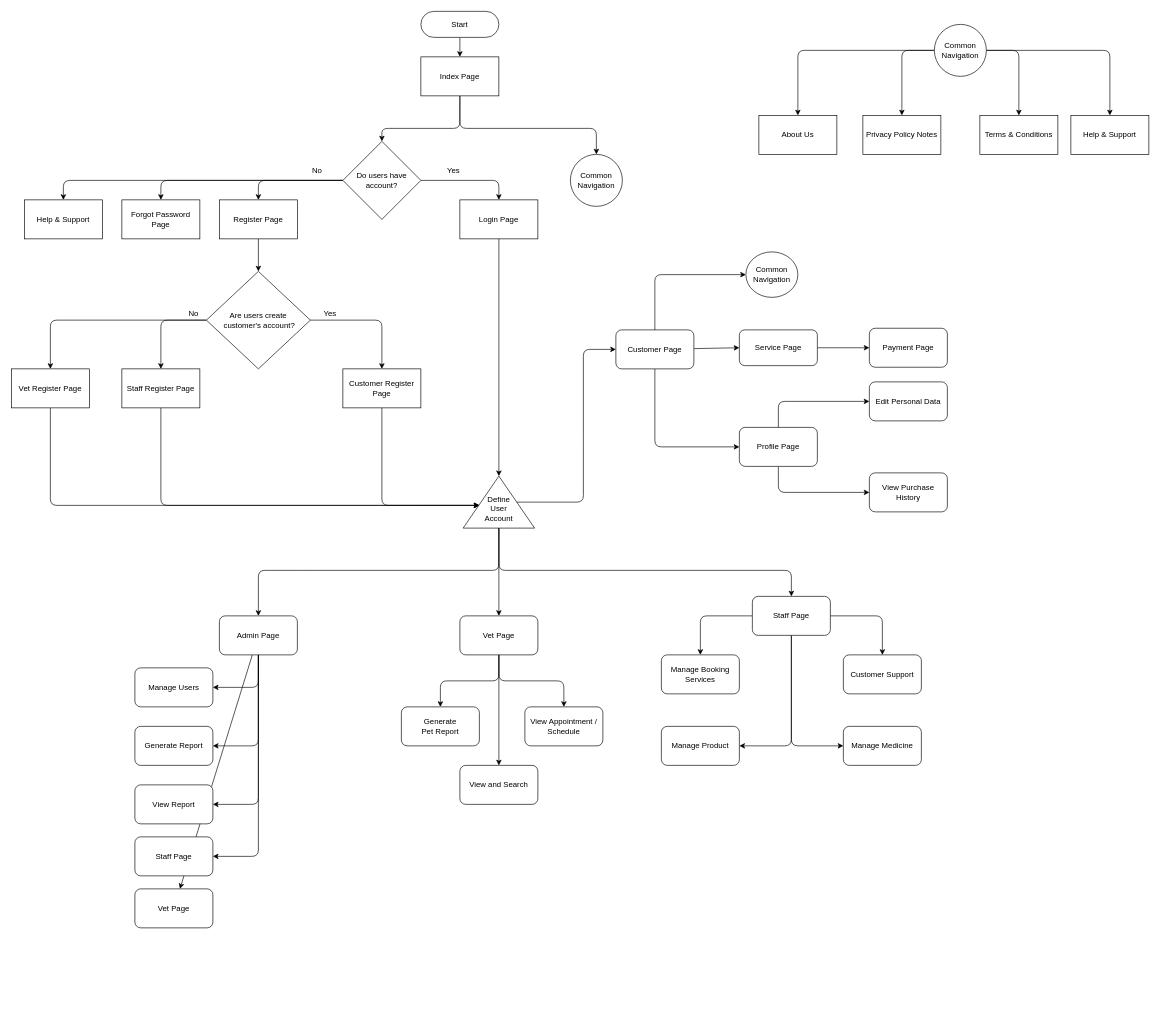
Kentcwk26/SDP keeps this draw.io diagram as page "Flowchart" (1 of 4) of SDPflowchart.drawio. Above is the earlier version. Source tidied: cells renumbered, new cells numbered last; positions are measured from the earlier drawing's top-left corner, leaving out a move shared by most shapes. Both pictures are drawn from the tidied source at 65%, with x=0, y=0 at pixel (11, 11).
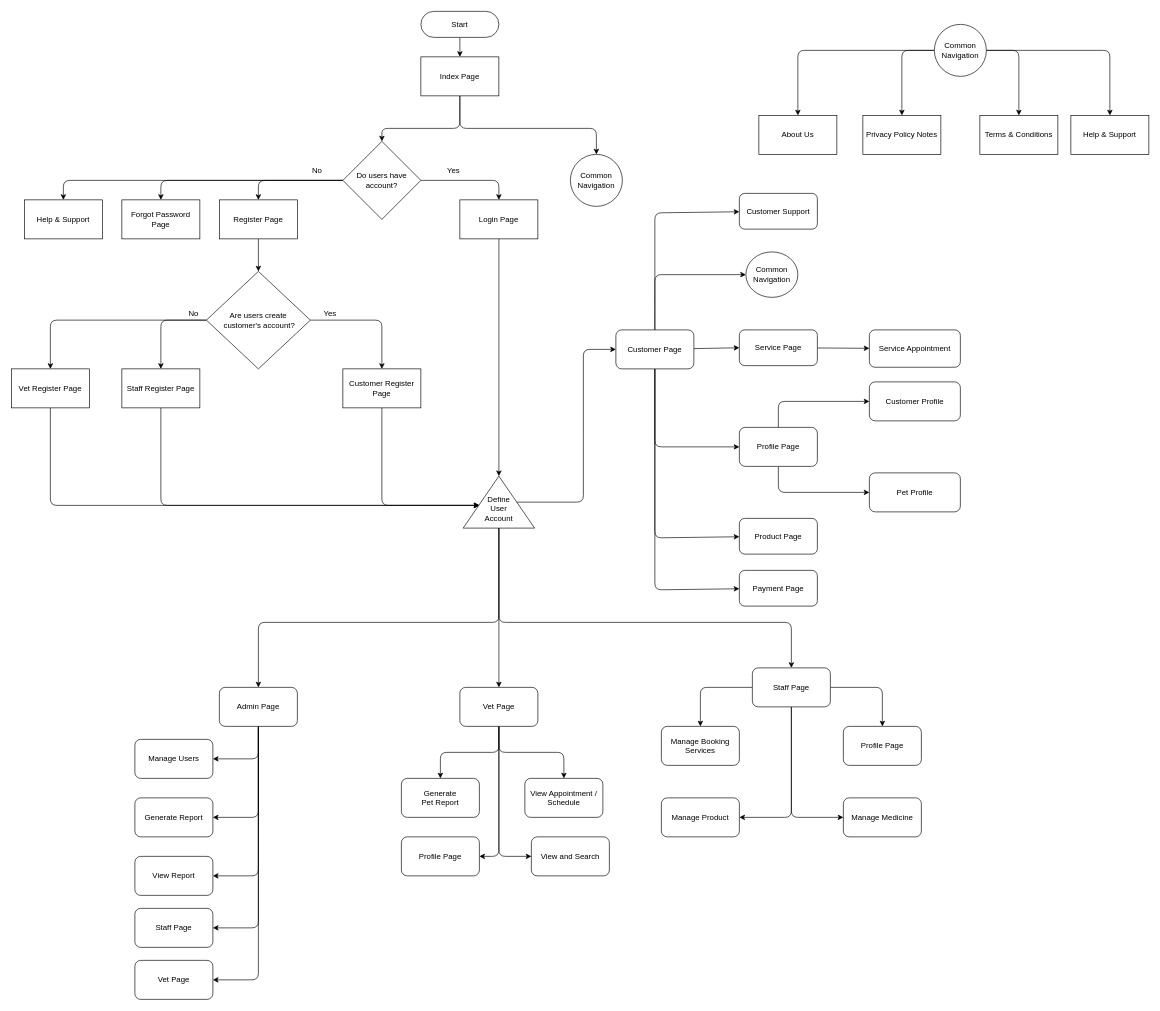
Above is the later version.

Commit message (it also covers changes not shown here):
Edit SDP flowchart 0320 1609

Unchanged cells that the change refers to:
```xml
<mxCell id="34" style="triangle;whiteSpace=wrap;html=1;rotation=-90;" parent="1" vertex="1">
  <mxGeometry x="710" y="700" width="80" height="110" as="geometry" />
</mxCell>
<mxCell id="42" value="Customer Page" style="rounded=1;whiteSpace=wrap;html=1;" parent="1" vertex="1">
  <mxGeometry x="930" y="490" width="120" height="60" as="geometry" />
</mxCell>
```

The edit, as a diff of the source:
```diff
@@
     <mxCell id="36" style="edgeStyle=none;html=1;" parent="1" edge="1" target="53">
       <mxGeometry relative="1" as="geometry">
         <mxPoint x="750" y="795" as="sourcePoint" />
         <Array as="points">
-          <mxPoint x="750" y="860" />
-          <mxPoint x="460" y="860" />
-          <mxPoint x="380" y="860" />
+          <mxPoint x="750" y="940" />
+          <mxPoint x="460" y="940" />
+          <mxPoint x="380" y="940" />
         </Array>
       </mxGeometry>
     </mxCell>
     <mxCell id="37" style="edgeStyle=none;html=1;entryX=0.5;entryY=0;entryDx=0;entryDy=0;exitX=0;exitY=0.5;exitDx=0;exitDy=0;" parent="1" edge="1" source="34" target="47">
       <mxGeometry relative="1" as="geometry">
         <Array as="points">
-          <mxPoint x="750" y="860" />
-          <mxPoint x="1200" y="860" />
+          <mxPoint x="750" y="940" />
+          <mxPoint x="1200" y="940" />
         </Array>
       </mxGeometry>
     </mxCell>
@@
+    <mxCell id="88" style="edgeStyle=none;html=1;" parent="1" edge="1" source="42" target="90">
+      <mxGeometry relative="1" as="geometry">
+        <Array as="points">
+          <mxPoint x="990" y="810" />
+        </Array>
+      </mxGeometry>
+    </mxCell>
+    <mxCell id="89" style="edgeStyle=none;html=1;" parent="1" edge="1" source="42" target="95">
+      <mxGeometry relative="1" as="geometry">
+        <Array as="points">
+          <mxPoint x="990" y="310" />
+        </Array>
+      </mxGeometry>
+    </mxCell>
@@
     <mxCell id="43" style="edgeStyle=none;html=1;" parent="1" edge="1" source="47" target="67">
       <mxGeometry relative="1" as="geometry">
         <Array as="points">
-          <mxPoint x="1340" y="930" />
+          <mxPoint x="1340" y="1040" />
         </Array>
       </mxGeometry>
     </mxCell>
     <mxCell id="44" style="edgeStyle=none;html=1;" parent="1" edge="1" source="47" target="68">
       <mxGeometry relative="1" as="geometry">
         <Array as="points">
-          <mxPoint x="1060" y="930" />
+          <mxPoint x="1060" y="1040" />
         </Array>
       </mxGeometry>
     </mxCell>
     <mxCell id="45" style="edgeStyle=none;html=1;" parent="1" edge="1" source="47" target="86">
       <mxGeometry relative="1" as="geometry">
         <Array as="points">
-          <mxPoint x="1200" y="1130" />
+          <mxPoint x="1200" y="1240" />
         </Array>
       </mxGeometry>
     </mxCell>
     <mxCell id="46" style="edgeStyle=none;html=1;" parent="1" edge="1" source="47" target="87">
       <mxGeometry relative="1" as="geometry">
         <Array as="points">
-          <mxPoint x="1200" y="1130" />
+          <mxPoint x="1200" y="1240" />
         </Array>
       </mxGeometry>
     </mxCell>
     <mxCell id="47" value="Staff Page" style="rounded=1;whiteSpace=wrap;html=1;" parent="1" vertex="1">
-      <mxGeometry x="1140" y="900" width="120" height="60" as="geometry" />
+      <mxGeometry x="1140" y="1010" width="120" height="60" as="geometry" />
     </mxCell>
     <mxCell id="48" style="edgeStyle=none;html=1;" parent="1" edge="1" source="53" target="71">
       <mxGeometry relative="1" as="geometry">
         <Array as="points">
-          <mxPoint x="380" y="1040" />
+          <mxPoint x="380" y="1150" />
         </Array>
       </mxGeometry>
     </mxCell>
     <mxCell id="49" style="edgeStyle=none;html=1;" parent="1" edge="1" source="53" target="72">
       <mxGeometry relative="1" as="geometry">
         <Array as="points">
-          <mxPoint x="380" y="1130" />
+          <mxPoint x="380" y="1240" />
         </Array>
       </mxGeometry>
     </mxCell>
     <mxCell id="50" style="edgeStyle=none;html=1;" parent="1" edge="1" source="53" target="73">
       <mxGeometry relative="1" as="geometry">
         <Array as="points">
-          <mxPoint x="380" y="1220" />
+          <mxPoint x="380" y="1330" />
         </Array>
       </mxGeometry>
     </mxCell>
     <mxCell id="51" style="edgeStyle=none;html=1;" parent="1" edge="1" source="53" target="84">
-      <mxGeometry relative="1" as="geometry" />
+      <mxGeometry relative="1" as="geometry">
+        <Array as="points">
+          <mxPoint x="380" y="1490" />
+        </Array>
+      </mxGeometry>
     </mxCell>
     <mxCell id="52" style="edgeStyle=none;html=1;entryX=1;entryY=0.5;entryDx=0;entryDy=0;" parent="1" edge="1" source="53" target="83">
       <mxGeometry relative="1" as="geometry">
         <Array as="points">
-          <mxPoint x="380" y="1300" />
+          <mxPoint x="380" y="1410" />
         </Array>
       </mxGeometry>
     </mxCell>
     <mxCell id="53" value="Admin Page" style="rounded=1;whiteSpace=wrap;html=1;" parent="1" vertex="1">
-      <mxGeometry x="320" y="930" width="120" height="60" as="geometry" />
+      <mxGeometry x="320" y="1040" width="120" height="60" as="geometry" />
     </mxCell>
@@
     <mxCell id="55" style="edgeStyle=none;html=1;" parent="1" edge="1" source="58" target="69">
       <mxGeometry relative="1" as="geometry">
         <Array as="points">
-          <mxPoint x="750" y="1030" />
-          <mxPoint x="660" y="1030" />
+          <mxPoint x="750" y="1140" />
+          <mxPoint x="660" y="1140" />
         </Array>
       </mxGeometry>
     </mxCell>
     <mxCell id="56" style="edgeStyle=none;html=1;" parent="1" edge="1" source="58" target="70">
       <mxGeometry relative="1" as="geometry">
         <Array as="points">
-          <mxPoint x="750" y="1030" />
-          <mxPoint x="850" y="1030" />
+          <mxPoint x="750" y="1140" />
+          <mxPoint x="850" y="1140" />
         </Array>
       </mxGeometry>
     </mxCell>
     <mxCell id="57" style="edgeStyle=none;html=1;" parent="1" edge="1" source="58" target="85">
-      <mxGeometry relative="1" as="geometry" />
+      <mxGeometry relative="1" as="geometry">
+        <Array as="points">
+          <mxPoint x="750" y="1300" />
+        </Array>
+      </mxGeometry>
     </mxCell>
     <mxCell id="58" value="Vet Page" style="rounded=1;whiteSpace=wrap;html=1;" parent="1" vertex="1">
-      <mxGeometry x="690" y="930" width="120" height="60" as="geometry" />
+      <mxGeometry x="690" y="1040" width="120" height="60" as="geometry" />
     </mxCell>
@@
-    <mxCell id="64" value="Payment Page" style="whiteSpace=wrap;html=1;rounded=1;" parent="1" vertex="1">
-      <mxGeometry x="1320" y="487.5" width="120" height="60" as="geometry" />
+    <mxCell id="64" value="Service Appointment" style="whiteSpace=wrap;html=1;rounded=1;" parent="1" vertex="1">
+      <mxGeometry x="1320" y="490" width="140" height="57.5" as="geometry" />
     </mxCell>
-    <mxCell id="65" value="Edit Personal Data" style="whiteSpace=wrap;html=1;rounded=1;" parent="1" vertex="1">
-      <mxGeometry x="1320" y="570" width="120" height="60" as="geometry" />
+    <mxCell id="65" value="Customer Profile" style="whiteSpace=wrap;html=1;rounded=1;" parent="1" vertex="1">
+      <mxGeometry x="1320" y="570" width="140" height="60" as="geometry" />
     </mxCell>
-    <mxCell id="66" value="View Purchase History" style="whiteSpace=wrap;html=1;rounded=1;" parent="1" vertex="1">
-      <mxGeometry x="1320" y="710" width="120" height="60" as="geometry" />
+    <mxCell id="66" value="Pet Profile" style="whiteSpace=wrap;html=1;rounded=1;" parent="1" vertex="1">
+      <mxGeometry x="1320" y="710" width="140" height="60" as="geometry" />
     </mxCell>
-    <mxCell id="67" value="Customer Support" style="whiteSpace=wrap;html=1;rounded=1;" parent="1" vertex="1">
-      <mxGeometry x="1280" y="990" width="120" height="60" as="geometry" />
+    <mxCell id="67" value="Profile Page" style="whiteSpace=wrap;html=1;rounded=1;" parent="1" vertex="1">
+      <mxGeometry x="1280" y="1100" width="120" height="60" as="geometry" />
     </mxCell>
     <mxCell id="68" value="Manage Booking Services" style="whiteSpace=wrap;html=1;rounded=1;" parent="1" vertex="1">
-      <mxGeometry x="1000" y="990" width="120" height="60" as="geometry" />
+      <mxGeometry x="1000" y="1100" width="120" height="60" as="geometry" />
     </mxCell>
     <mxCell id="69" value="Generate &lt;br&gt;Pet Report" style="rounded=1;whiteSpace=wrap;html=1;" parent="1" vertex="1">
-      <mxGeometry x="600" y="1070" width="120" height="60" as="geometry" />
+      <mxGeometry x="600" y="1180" width="120" height="60" as="geometry" />
     </mxCell>
     <mxCell id="70" value="View Appointment / Schedule" style="rounded=1;whiteSpace=wrap;html=1;" parent="1" vertex="1">
-      <mxGeometry x="790" y="1070" width="120" height="60" as="geometry" />
+      <mxGeometry x="790" y="1180" width="120" height="60" as="geometry" />
     </mxCell>
     <mxCell id="71" value="Manage Users" style="rounded=1;whiteSpace=wrap;html=1;" parent="1" vertex="1">
-      <mxGeometry x="190" y="1010" width="120" height="60" as="geometry" />
+      <mxGeometry x="190" y="1120" width="120" height="60" as="geometry" />
     </mxCell>
     <mxCell id="72" value="Generate Report" style="rounded=1;whiteSpace=wrap;html=1;" parent="1" vertex="1">
-      <mxGeometry x="190" y="1100" width="120" height="60" as="geometry" />
+      <mxGeometry x="190" y="1210" width="120" height="60" as="geometry" />
     </mxCell>
     <mxCell id="73" value="View Report" style="rounded=1;whiteSpace=wrap;html=1;" parent="1" vertex="1">
-      <mxGeometry x="190" y="1190" width="120" height="60" as="geometry" />
+      <mxGeometry x="190" y="1300" width="120" height="60" as="geometry" />
     </mxCell>
@@
     <mxCell id="83" value="Staff Page" style="rounded=1;whiteSpace=wrap;html=1;" parent="1" vertex="1">
-      <mxGeometry x="190" y="1270" width="120" height="60" as="geometry" />
+      <mxGeometry x="190" y="1380" width="120" height="60" as="geometry" />
     </mxCell>
     <mxCell id="84" value="Vet Page" style="rounded=1;whiteSpace=wrap;html=1;" parent="1" vertex="1">
-      <mxGeometry x="190" y="1350" width="120" height="60" as="geometry" />
+      <mxGeometry x="190" y="1460" width="120" height="60" as="geometry" />
     </mxCell>
     <mxCell id="85" value="View and Search" style="rounded=1;whiteSpace=wrap;html=1;" parent="1" vertex="1">
-      <mxGeometry x="690" y="1160" width="120" height="60" as="geometry" />
+      <mxGeometry x="800" y="1270" width="120" height="60" as="geometry" />
     </mxCell>
     <mxCell id="86" value="Manage Product" style="rounded=1;whiteSpace=wrap;html=1;" parent="1" vertex="1">
-      <mxGeometry x="1000" y="1100" width="120" height="60" as="geometry" />
+      <mxGeometry x="1000" y="1210" width="120" height="60" as="geometry" />
     </mxCell>
     <mxCell id="87" value="Manage Medicine" style="rounded=1;whiteSpace=wrap;html=1;" parent="1" vertex="1">
-      <mxGeometry x="1280" y="1100" width="120" height="60" as="geometry" />
+      <mxGeometry x="1280" y="1210" width="120" height="60" as="geometry" />
     </mxCell>
+    <mxCell id="90" value="Product Page" style="whiteSpace=wrap;html=1;rounded=1;" parent="1" vertex="1">
+      <mxGeometry x="1120" y="780" width="120" height="55" as="geometry" />
+    </mxCell>
+    <mxCell id="91" style="edgeStyle=none;html=1;exitX=0.5;exitY=1;exitDx=0;exitDy=0;" parent="1" edge="1" source="42" target="92">
+      <mxGeometry relative="1" as="geometry">
+        <Array as="points">
+          <mxPoint x="990" y="890" />
+        </Array>
+      </mxGeometry>
+    </mxCell>
+    <mxCell id="92" value="Payment Page" style="whiteSpace=wrap;html=1;rounded=1;" parent="1" vertex="1">
+      <mxGeometry x="1120" y="860" width="120" height="55" as="geometry" />
+    </mxCell>
+    <mxCell id="93" style="edgeStyle=none;html=1;exitX=0.5;exitY=1;exitDx=0;exitDy=0;" parent="1" edge="1" source="58" target="94">
+      <mxGeometry relative="1" as="geometry">
+        <Array as="points">
+          <mxPoint x="750" y="1300" />
+        </Array>
+      </mxGeometry>
+    </mxCell>
+    <mxCell id="94" value="Profile Page" style="rounded=1;whiteSpace=wrap;html=1;" parent="1" vertex="1">
+      <mxGeometry x="600" y="1270" width="120" height="60" as="geometry" />
+    </mxCell>
+    <mxCell id="95" value="Customer Support" style="whiteSpace=wrap;html=1;rounded=1;" parent="1" vertex="1">
+      <mxGeometry x="1120" y="280" width="120" height="55" as="geometry" />
+    </mxCell>
```
